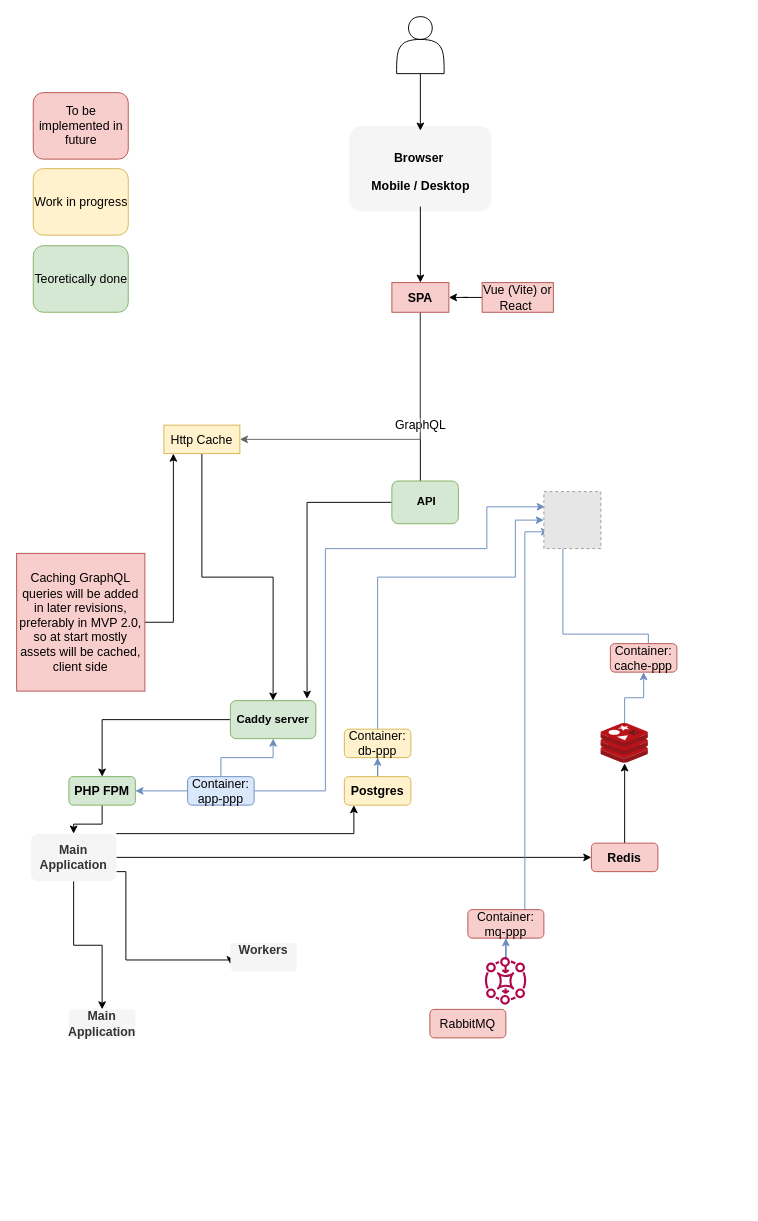
The draw.io diagram Diagram bez tytułu.drawio in Ci8n/Planner, before the edit. Source tidied: cells renumbered, new cells numbered last; positions are measured from the earlier drawing's top-left corner, leaving out a move shared by most shapes. Both pictures are drawn from the tidied source at 95%, with x=0, y=0 at pixel (16, 16). Pictures stored in the file or linked from it are replaced by grey dashed boxes.
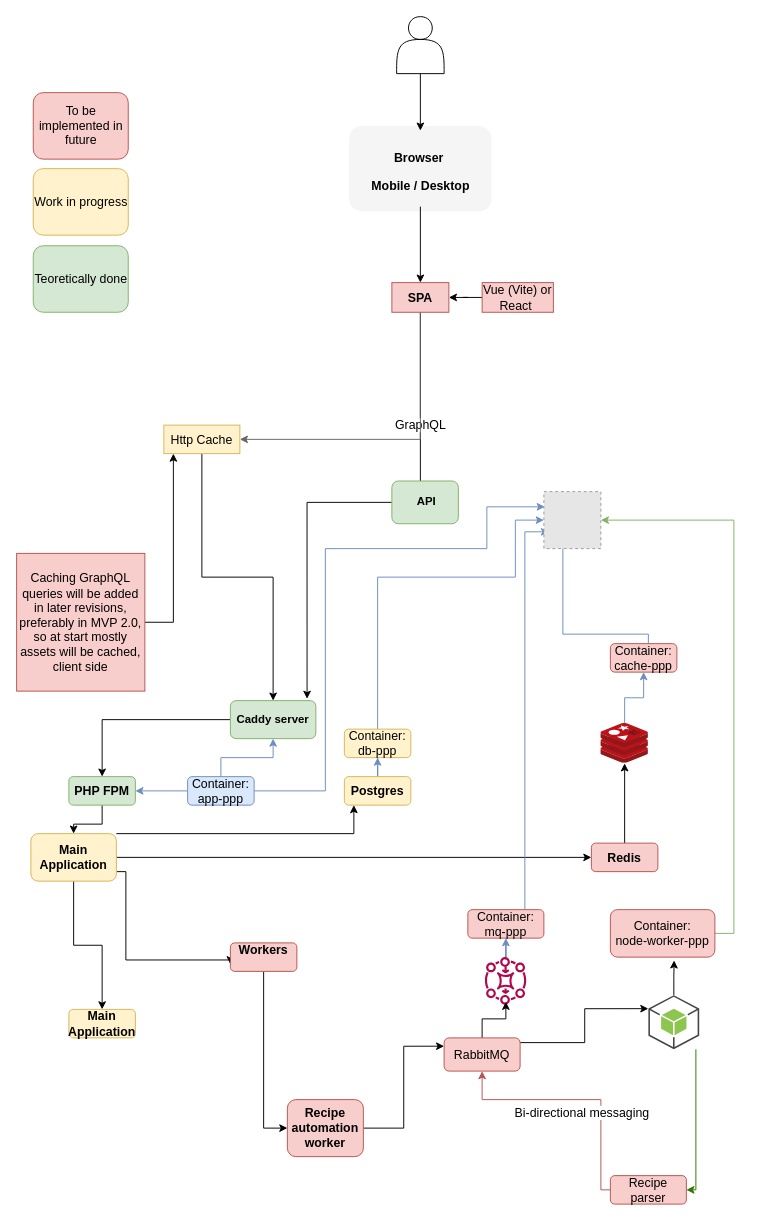
After the change.

Commit message:
Added another future worker

Unchanged cells that the change refers to:
```xml
<mxCell id="48" style="fillColor=#E6E6E6;strokeColor=#999999;dashed=1;html=1;verticalAlign=top;verticalLabelPosition=bottom;labelBackgroundColor=#ffffff;fontSize=13;" parent="1" vertex="1">
  <mxGeometry x="555" y="500" width="60" height="60" as="geometry" />
</mxCell>
<mxCell id="50" style="sketch=0;outlineConnect=0;fontColor=#232F3E;gradientColor=none;fillColor=#B0084D;strokeColor=none;dashed=0;verticalLabelPosition=bottom;verticalAlign=top;align=center;html=1;fontSize=12;fontStyle=0;shape=mxgraph.aws4.mq_broker;direction=south;" parent="1" vertex="1">
  <mxGeometry x="490" y="990" width="50" height="50" as="geometry" />
</mxCell>
```

What changed in the source:
```diff
@@
-    <mxCell id="28" value="&lt;b&gt;Main Application&lt;/b&gt;" style="rounded=1;whiteSpace=wrap;html=1;fillColor=#f5f5f5;fontColor=#333333;strokeColor=none;fontSize=13;" parent="1" vertex="1">
+    <mxCell id="28" value="&lt;b&gt;Main Application&lt;/b&gt;" style="rounded=1;whiteSpace=wrap;html=1;fillColor=#fff2cc;strokeColor=#d6b656;fontSize=13;" parent="1" vertex="1">
       <mxGeometry x="15" y="860" width="90" height="50" as="geometry" />
     </mxCell>
@@
+    <mxCell id="52" style="edgeStyle=orthogonalEdgeStyle;rounded=0;jettySize=auto;html=1;fontSize=13;" parent="1" edge="1" source="36" target="56">
+      <mxGeometry relative="1" as="geometry">
+        <Array as="points">
+          <mxPoint x="260" y="1170" />
+        </Array>
+      </mxGeometry>
+    </mxCell>
-    <mxCell id="36" value="&lt;b&gt;Workers&lt;br&gt;&lt;br&gt;&lt;/b&gt;" style="rounded=1;whiteSpace=wrap;html=1;fillColor=#f5f5f5;fontColor=#333333;strokeColor=none;fontSize=13;" parent="1" vertex="1">
+    <mxCell id="36" value="&lt;b&gt;Workers&lt;br&gt;&lt;br&gt;&lt;/b&gt;" style="rounded=1;whiteSpace=wrap;html=1;fillColor=#f8cecc;strokeColor=#b85450;fontSize=13;" parent="1" vertex="1">
       <mxGeometry x="225" y="975" width="70" height="30" as="geometry" />
     </mxCell>
-    <mxCell id="37" value="&lt;b&gt;Main Application&lt;/b&gt;" style="rounded=1;whiteSpace=wrap;html=1;fillColor=#f5f5f5;fontColor=#333333;strokeColor=none;fontSize=13;" parent="1" vertex="1">
+    <mxCell id="37" value="&lt;b&gt;Main Application&lt;/b&gt;" style="rounded=1;whiteSpace=wrap;html=1;fillColor=#fff2cc;strokeColor=#d6b656;fontSize=13;" parent="1" vertex="1">
       <mxGeometry x="55" y="1045" width="70" height="30" as="geometry" />
     </mxCell>
@@
+    <mxCell id="53" style="edgeStyle=orthogonalEdgeStyle;rounded=0;jettySize=auto;html=1;fontSize=13;" parent="1" edge="1" source="51" target="50">
+      <mxGeometry relative="1" as="geometry" />
+    </mxCell>
+    <mxCell id="54" style="edgeStyle=orthogonalEdgeStyle;rounded=0;jettySize=auto;html=1;entryX=0;entryY=0.25;entryDx=0;entryDy=0;entryPerimeter=0;fontSize=13;" parent="1" edge="1" source="51" target="63">
+      <mxGeometry relative="1" as="geometry">
+        <Array as="points">
+          <mxPoint x="598" y="1080" />
+          <mxPoint x="598" y="1044" />
+        </Array>
+      </mxGeometry>
+    </mxCell>
     <mxCell id="51" value="RabbitMQ" style="rounded=1;whiteSpace=wrap;html=1;fillColor=#f8cecc;strokeColor=#b85450;fontSize=13;" parent="1" vertex="1">
-      <mxGeometry x="435" y="1045" width="80" height="30" as="geometry" />
+      <mxGeometry x="450" y="1075" width="80" height="35" as="geometry" />
     </mxCell>
+    <mxCell id="55" style="edgeStyle=orthogonalEdgeStyle;rounded=0;jettySize=auto;html=1;entryX=0;entryY=0.25;entryDx=0;entryDy=0;fontSize=13;" parent="1" edge="1" source="56" target="51">
+      <mxGeometry relative="1" as="geometry" />
+    </mxCell>
+    <mxCell id="56" value="&lt;b&gt;Recipe automation worker&lt;br&gt;&lt;/b&gt;" style="rounded=1;whiteSpace=wrap;html=1;fillColor=#f8cecc;strokeColor=#b85450;fontSize=13;" parent="1" vertex="1">
+      <mxGeometry x="285" y="1140" width="80" height="60" as="geometry" />
+    </mxCell>
+    <mxCell id="57" value="Bi-directional messaging" style="edgeStyle=orthogonalEdgeStyle;rounded=0;jettySize=auto;html=1;entryX=0.5;entryY=1;entryDx=0;entryDy=0;fontSize=13;fillColor=#f8cecc;strokeColor=#b85450;" parent="1" edge="1" source="58" target="51">
+      <mxGeometry x="-0.3" y="20" relative="1" as="geometry">
+        <Array as="points">
+          <mxPoint x="615" y="1235" />
+          <mxPoint x="615" y="1140" />
+          <mxPoint x="490" y="1140" />
+        </Array>
+      </mxGeometry>
+    </mxCell>
+    <mxCell id="58" value="Recipe parser" style="rounded=1;whiteSpace=wrap;html=1;fillColor=#f8cecc;strokeColor=#b85450;fontSize=13;" parent="1" vertex="1">
+      <mxGeometry x="625" y="1220" width="80" height="30" as="geometry" />
+    </mxCell>
+    <mxCell id="59" style="edgeStyle=orthogonalEdgeStyle;rounded=0;jettySize=auto;html=1;fontSize=13;fillColor=#d5e8d4;strokeColor=#82b366;" parent="1" edge="1" source="60" target="48">
+      <mxGeometry relative="1" as="geometry">
+        <Array as="points">
+          <mxPoint x="755" y="965" />
+          <mxPoint x="755" y="530" />
+        </Array>
+      </mxGeometry>
+    </mxCell>
+    <mxCell id="60" value="Container: &lt;br&gt;node-worker-ppp" style="rounded=1;whiteSpace=wrap;html=1;fillColor=#f8cecc;strokeColor=#b85450;fontSize=13;" parent="1" vertex="1">
+      <mxGeometry x="625" y="940" width="110" height="50" as="geometry" />
+    </mxCell>
+    <mxCell id="61" style="edgeStyle=orthogonalEdgeStyle;rounded=0;jettySize=auto;html=1;fontSize=13;fillColor=#60a917;strokeColor=#2D7600;" parent="1" edge="1" source="63" target="58">
+      <mxGeometry relative="1" as="geometry">
+        <Array as="points">
+          <mxPoint x="715" y="1235" />
+        </Array>
+      </mxGeometry>
+    </mxCell>
+    <mxCell id="62" style="edgeStyle=orthogonalEdgeStyle;rounded=0;jettySize=auto;html=1;entryX=0.61;entryY=1.069;entryDx=0;entryDy=0;entryPerimeter=0;fontSize=13;" parent="1" edge="1" source="63" target="60">
+      <mxGeometry relative="1" as="geometry" />
+    </mxCell>
+    <mxCell id="63" style="outlineConnect=0;dashed=0;verticalLabelPosition=bottom;verticalAlign=top;align=center;html=1;shape=mxgraph.aws3.android;fillColor=#8CC64F;gradientColor=none;fontSize=13;" parent="1" vertex="1">
+      <mxGeometry x="665" y="1030" width="53.5" height="57" as="geometry" />
+    </mxCell>
```
